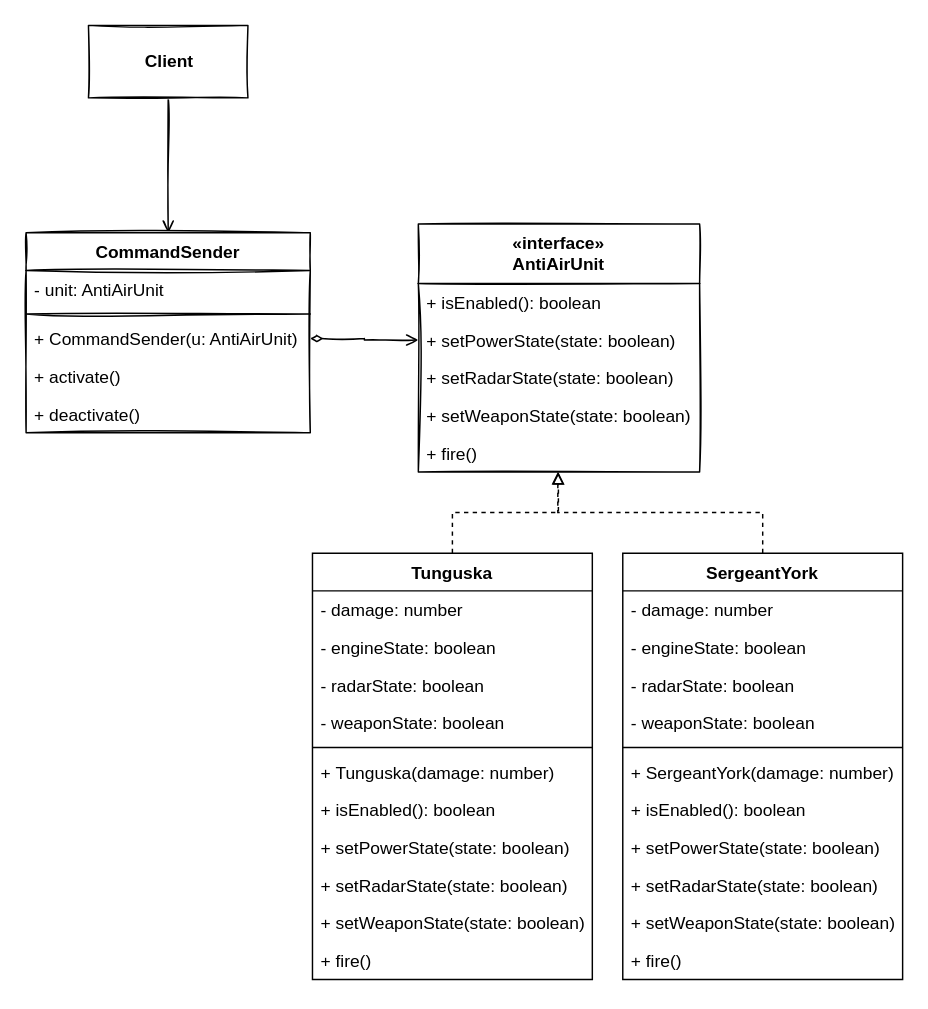
Earlier version of the draw.io diagram page "Practice" (2 of 2) of src/07-Bridge/UML.drawio (MangoPomelo/DesignPatternPractice). Source tidied: cells renumbered, new cells numbered last; positions are measured from the earlier drawing's top-left corner, leaving out a move shared by most shapes. Both pictures are drawn from the tidied source at 145%, with x=0, y=0 at pixel (25, 25).
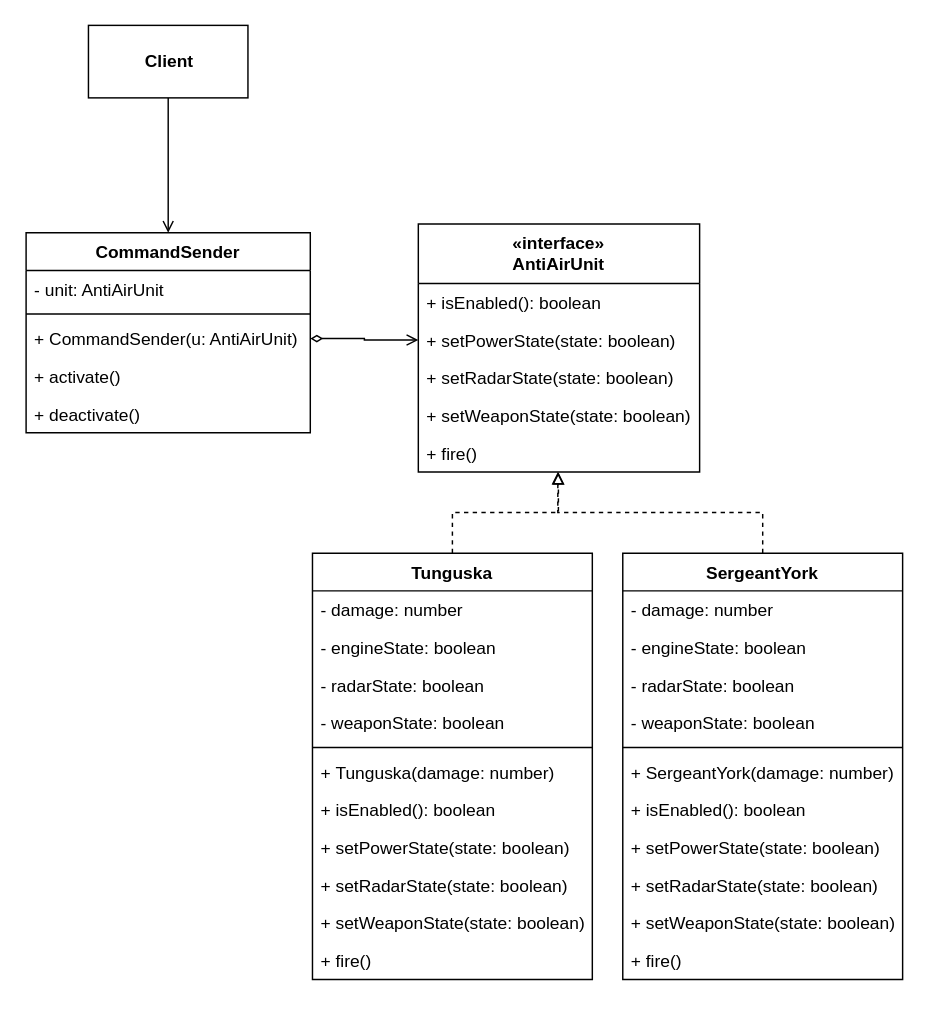
The same diagram, later.

Diff of the diagram source:
```diff
@@
-    <mxCell id="2" style="edgeStyle=orthogonalEdgeStyle;rounded=0;sketch=1;html=1;exitX=0.5;exitY=1;exitDx=0;exitDy=0;startArrow=none;startFill=0;endArrow=open;endFill=0;" parent="1" edge="1" source="3" target="4">
+    <mxCell id="2" style="edgeStyle=orthogonalEdgeStyle;rounded=0;html=1;exitX=0.5;exitY=1;exitDx=0;exitDy=0;startArrow=none;startFill=0;endArrow=open;endFill=0;" parent="1" edge="1" source="3" target="4">
       <mxGeometry relative="1" as="geometry" />
     </mxCell>
-    <mxCell id="3" value="Client" style="html=1;sketch=1;fontStyle=1;" parent="1" vertex="1">
+    <mxCell id="3" value="Client" style="html=1;fontStyle=1;" parent="1" vertex="1">
       <mxGeometry x="43.5" width="110" height="50" as="geometry" />
     </mxCell>
-    <mxCell id="4" value="CommandSender" style="swimlane;fontStyle=1;align=center;verticalAlign=top;horizontal=1;startSize=26;sketch=1;" parent="1" vertex="1">
+    <mxCell id="4" value="CommandSender" style="swimlane;fontStyle=1;align=center;verticalAlign=top;horizontal=1;startSize=26;" parent="1" vertex="1">
       <mxGeometry x="0.5" y="143" width="196" height="138" as="geometry" />
     </mxCell>
-    <mxCell id="5" value="- unit: AntiAirUnit" style="text;strokeColor=none;fillColor=none;align=left;verticalAlign=top;spacingLeft=4;spacingRight=4;overflow=hidden;sketch=1;" parent="4" vertex="1">
+    <mxCell id="5" value="- unit: AntiAirUnit" style="text;strokeColor=none;fillColor=none;align=left;verticalAlign=top;spacingLeft=4;spacingRight=4;overflow=hidden;" parent="4" vertex="1">
       <mxGeometry y="26" width="196" height="26" as="geometry" />
     </mxCell>
-    <mxCell id="6" style="line;strokeWidth=1;fillColor=none;align=left;verticalAlign=middle;spacingTop=-1;spacingLeft=3;spacingRight=3;labelPosition=right;sketch=1;" parent="4" vertex="1">
+    <mxCell id="6" style="line;strokeWidth=1;fillColor=none;align=left;verticalAlign=middle;spacingTop=-1;spacingLeft=3;spacingRight=3;labelPosition=right;" parent="4" vertex="1">
       <mxGeometry y="52" width="196" height="8" as="geometry" />
     </mxCell>
-    <mxCell id="7" value="+ CommandSender(u: AntiAirUnit)" style="text;strokeColor=none;fillColor=none;align=left;verticalAlign=top;spacingLeft=4;spacingRight=4;overflow=hidden;points=[[0,0.5],[1,0.5]];portConstraint=eastwest;sketch=1;" parent="4" vertex="1">
+    <mxCell id="7" value="+ CommandSender(u: AntiAirUnit)" style="text;strokeColor=none;fillColor=none;align=left;verticalAlign=top;spacingLeft=4;spacingRight=4;overflow=hidden;points=[[0,0.5],[1,0.5]];portConstraint=eastwest;" parent="4" vertex="1">
       <mxGeometry y="60" width="196" height="26" as="geometry" />
     </mxCell>
-    <mxCell id="8" value="+ activate()" style="text;strokeColor=none;fillColor=none;align=left;verticalAlign=top;spacingLeft=4;spacingRight=4;overflow=hidden;sketch=1;" parent="4" vertex="1">
+    <mxCell id="8" value="+ activate()" style="text;strokeColor=none;fillColor=none;align=left;verticalAlign=top;spacingLeft=4;spacingRight=4;overflow=hidden;" parent="4" vertex="1">
       <mxGeometry y="86" width="196" height="26" as="geometry" />
     </mxCell>
-    <mxCell id="9" value="+ deactivate()" style="text;strokeColor=none;fillColor=none;align=left;verticalAlign=top;spacingLeft=4;spacingRight=4;overflow=hidden;sketch=1;" parent="4" vertex="1">
+    <mxCell id="9" value="+ deactivate()" style="text;strokeColor=none;fillColor=none;align=left;verticalAlign=top;spacingLeft=4;spacingRight=4;overflow=hidden;" parent="4" vertex="1">
       <mxGeometry y="112" width="196" height="26" as="geometry" />
     </mxCell>
-    <mxCell id="10" value="«interface»&#10;AntiAirUnit" style="swimlane;fontStyle=1;align=center;verticalAlign=top;horizontal=1;startSize=41;sketch=1;" parent="1" vertex="1">
+    <mxCell id="10" value="«interface»&#10;AntiAirUnit" style="swimlane;fontStyle=1;align=center;verticalAlign=top;horizontal=1;startSize=41;" parent="1" vertex="1">
       <mxGeometry x="271" y="137" width="194" height="171" as="geometry" />
     </mxCell>
-    <mxCell id="11" value="+ isEnabled(): boolean" style="text;strokeColor=none;fillColor=none;align=left;verticalAlign=top;spacingLeft=4;spacingRight=4;overflow=hidden;sketch=1;" parent="10" vertex="1">
+    <mxCell id="11" value="+ isEnabled(): boolean" style="text;strokeColor=none;fillColor=none;align=left;verticalAlign=top;spacingLeft=4;spacingRight=4;overflow=hidden;" parent="10" vertex="1">
       <mxGeometry y="41" width="194" height="26" as="geometry" />
     </mxCell>
-    <mxCell id="12" value="+ setPowerState(state: boolean)" style="text;strokeColor=none;fillColor=none;align=left;verticalAlign=top;spacingLeft=4;spacingRight=4;overflow=hidden;points=[[0,0.5],[1,0.5]];portConstraint=eastwest;sketch=1;" parent="10" vertex="1">
+    <mxCell id="12" value="+ setPowerState(state: boolean)" style="text;strokeColor=none;fillColor=none;align=left;verticalAlign=top;spacingLeft=4;spacingRight=4;overflow=hidden;points=[[0,0.5],[1,0.5]];portConstraint=eastwest;" parent="10" vertex="1">
       <mxGeometry y="67" width="194" height="26" as="geometry" />
     </mxCell>
-    <mxCell id="13" value="+ setRadarState(state: boolean)" style="text;strokeColor=none;fillColor=none;align=left;verticalAlign=top;spacingLeft=4;spacingRight=4;overflow=hidden;sketch=1;" parent="10" vertex="1">
+    <mxCell id="13" value="+ setRadarState(state: boolean)" style="text;strokeColor=none;fillColor=none;align=left;verticalAlign=top;spacingLeft=4;spacingRight=4;overflow=hidden;" parent="10" vertex="1">
       <mxGeometry y="93" width="194" height="26" as="geometry" />
     </mxCell>
-    <mxCell id="14" value="+ setWeaponState(state: boolean)" style="text;strokeColor=none;fillColor=none;align=left;verticalAlign=top;spacingLeft=4;spacingRight=4;overflow=hidden;sketch=1;" parent="10" vertex="1">
+    <mxCell id="14" value="+ setWeaponState(state: boolean)" style="text;strokeColor=none;fillColor=none;align=left;verticalAlign=top;spacingLeft=4;spacingRight=4;overflow=hidden;" parent="10" vertex="1">
       <mxGeometry y="119" width="194" height="26" as="geometry" />
     </mxCell>
@@
-    <mxCell id="16" style="edgeStyle=orthogonalEdgeStyle;rounded=0;sketch=1;html=1;exitX=1;exitY=0.5;exitDx=0;exitDy=0;entryX=0;entryY=0.5;entryDx=0;entryDy=0;startArrow=diamondThin;startFill=0;endArrow=open;endFill=0;" parent="1" edge="1" source="7" target="12">
+    <mxCell id="16" style="edgeStyle=orthogonalEdgeStyle;rounded=0;html=1;exitX=1;exitY=0.5;exitDx=0;exitDy=0;entryX=0;entryY=0.5;entryDx=0;entryDy=0;startArrow=diamondThin;startFill=0;endArrow=open;endFill=0;" parent="1" edge="1" source="7" target="12">
       <mxGeometry relative="1" as="geometry" />
     </mxCell>
```
